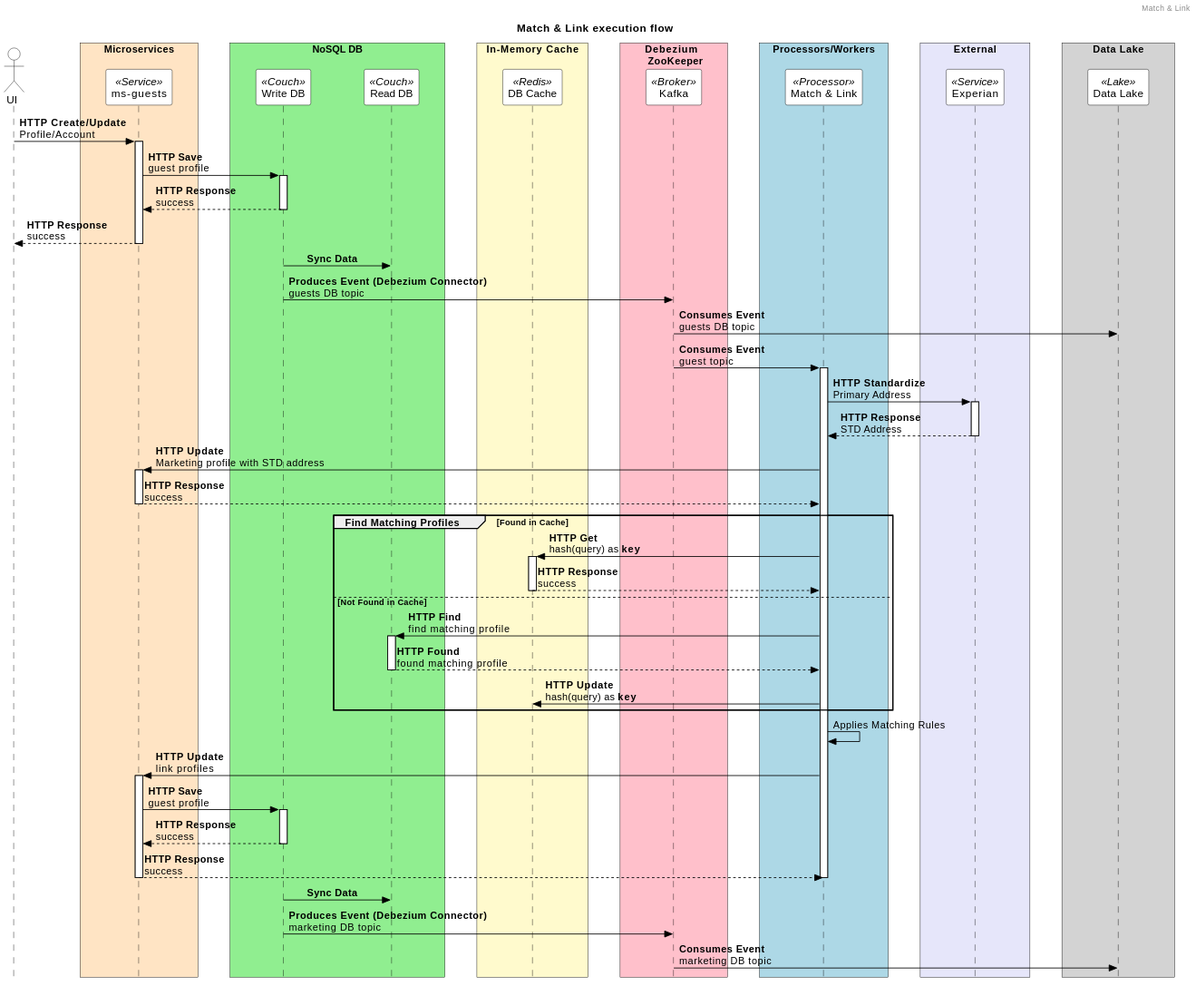
Before: dist/assets/diagrams/sequence/match-link-enhancement.svg, a diagram exported from PlantUML (kaaljabr/presentation).
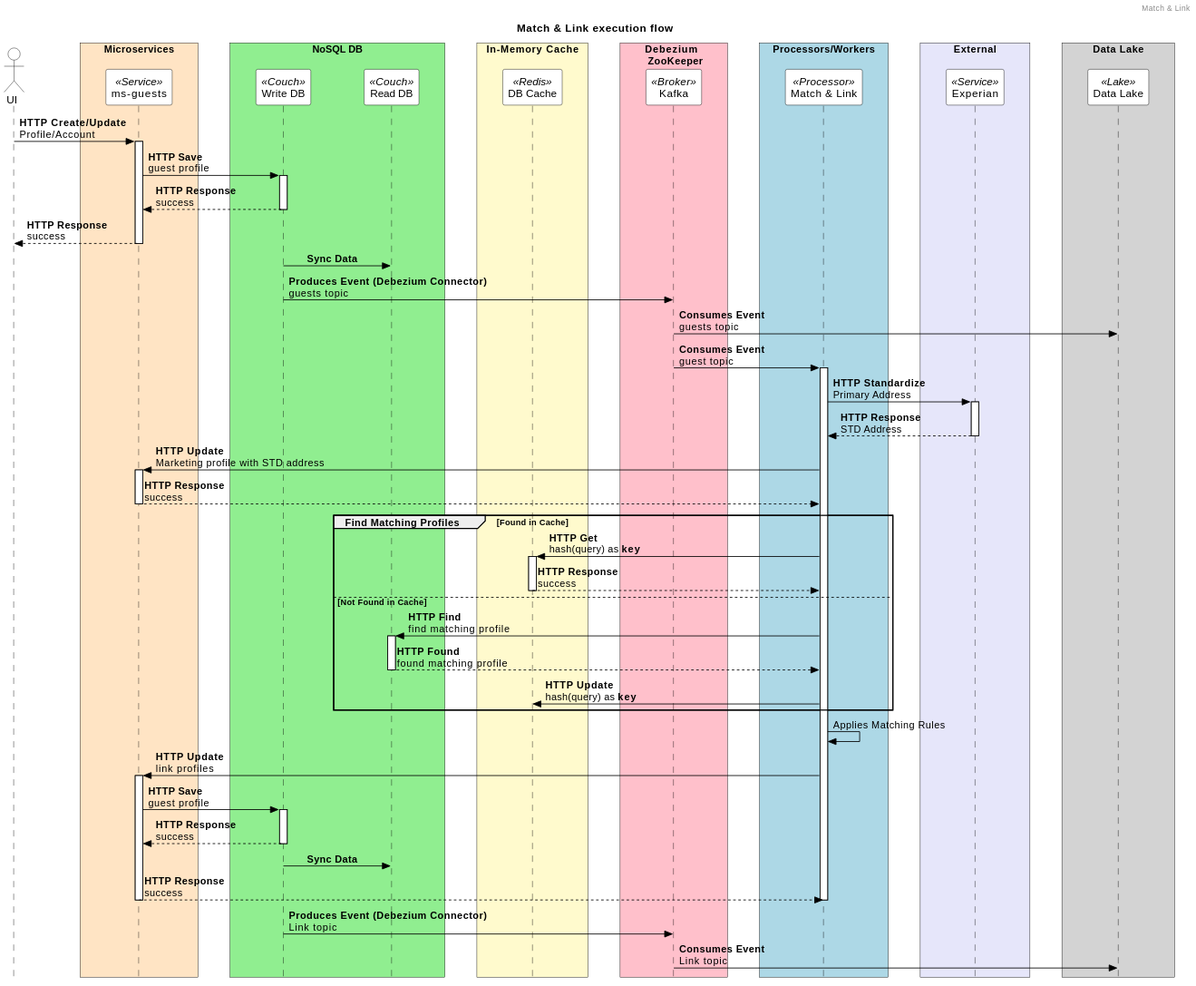
After the change.

The edit, as a diff of the source:
```diff
@@ -44,8 +44,8 @@
 ms_guests --> ui : **HTTP Response**\nsuccess
 deactivate ms_guests
 write_db -> read_db : **      Sync Data**
-write_db -> broker : **Produces Event (Debezium Connector)**\nguests DB topic
-broker -> data_lake :**Consumes Event**\nguests DB topic
+write_db -> broker : **Produces Event (Debezium Connector)**\nguests topic
+broker -> data_lake :**Consumes Event**\nguests topic
 broker -> match_link :**Consumes Event**\nguest topic
 activate match_link
 match_link -> experian :**HTTP Standardize**\nPrimary Address
@@ -78,11 +78,11 @@
 activate write_db
 write_db --> ms_guests : **HTTP Response**\nsuccess
 deactivate write_db
+write_db -> read_db : **      Sync Data**
 ms_guests --> match_link : **HTTP Response**\nsuccess
 deactivate ms_guests
 deactivate match_link
-write_db -> read_db : **      Sync Data**
-write_db -> broker :**Produces Event (Debezium Connector)**\nmarketing DB topic
-broker -> data_lake :**Consumes Event**\nmarketing DB topic
+write_db -> broker :**Produces Event (Debezium Connector)**\nLink topic
+broker -> data_lake :**Consumes Event**\nLink topic
 
 @enduml
```
